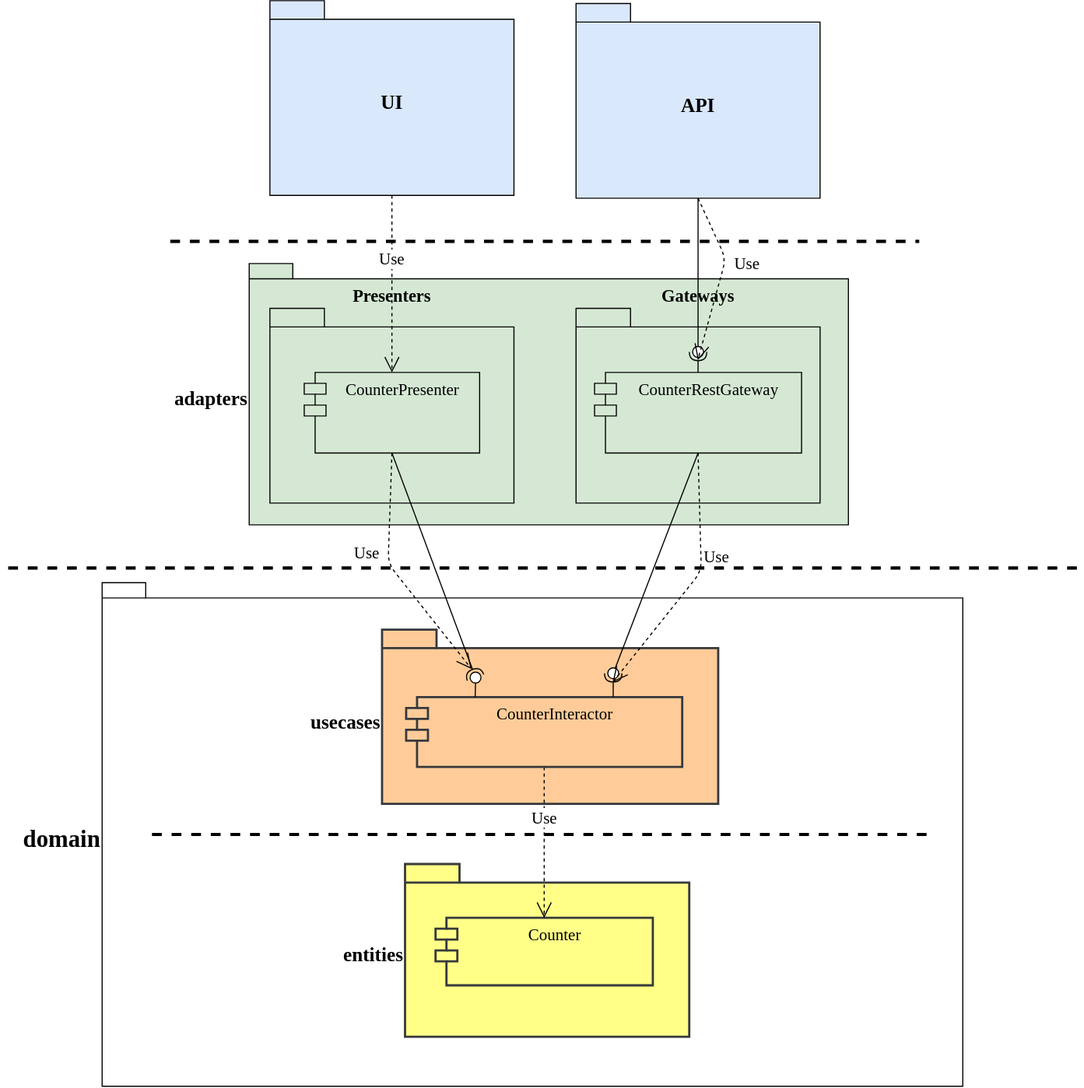
Before: app/diagrams/packages.uml.svg, a diagram exported from draw.io (softspiders/clean-architecture-counter-starters). Source tidied: cells renumbered, new cells last; positions are measured from the earlier drawing's top-left corner, leaving out a move shared by most shapes.
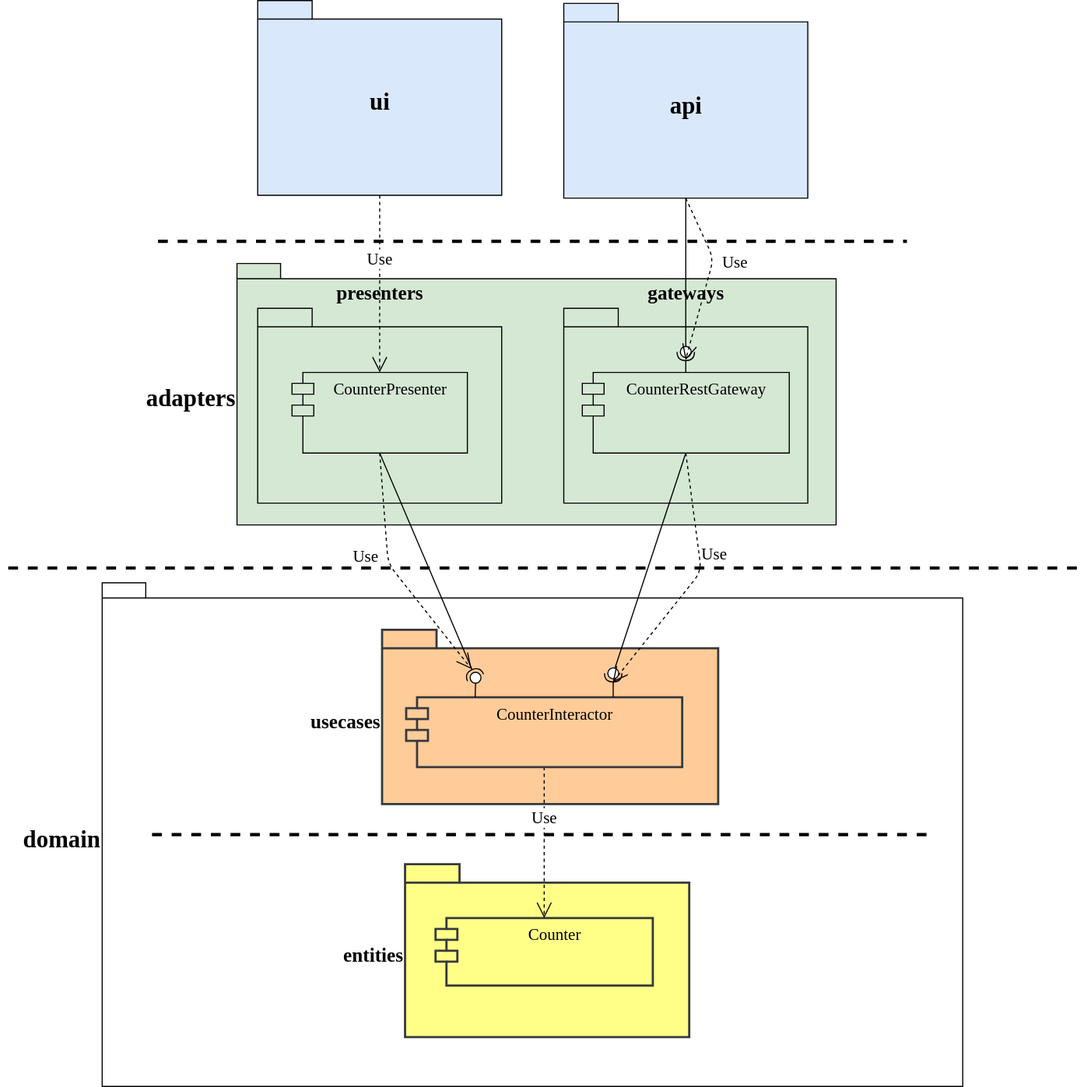
Above is the later version.

What changed in the source:
```diff
@@ -3,7 +3,7 @@
     <mxCell id="0" />
     <mxCell id="1" parent="0" />
     <mxCell id="2" style="group;strokeColor=none;" parent="1" vertex="1">
-      <mxGeometry x="86.2" y="534.5" width="790" height="462.5" as="geometry" />
+      <mxGeometry x="97.5" y="534.5" width="790" height="462.5" as="geometry" />
     </mxCell>
     <mxCell id="3" value="&lt;font style=&quot;font-size: 22px&quot;&gt;domain&lt;/font&gt;" style="shape=folder;fontStyle=1;spacingTop=10;tabWidth=40;tabHeight=14;tabPosition=left;html=1;fontSize=15;labelPosition=left;verticalLabelPosition=middle;align=right;verticalAlign=middle;fontFamily=Verdana;" parent="2" vertex="1">
       <mxGeometry width="790" height="462.5" as="geometry" />
@@ -41,16 +41,16 @@
     <mxCell id="14" style="ellipse;whiteSpace=wrap;html=1;fontFamily=Helvetica;fontSize=12;fontColor=#000000;align=center;strokeColor=#000000;fillColor=#ffffff;points=[];" parent="2" vertex="1">
       <mxGeometry x="337.8" y="82.2" width="10" height="10" as="geometry" />
     </mxCell>
-    <mxCell id="15" value="&lt;font style=&quot;font-size: 18px&quot;&gt;adapters&lt;/font&gt;" style="shape=folder;fontStyle=1;spacingTop=10;tabWidth=40;tabHeight=14;tabPosition=left;html=1;fontSize=15;labelPosition=left;verticalLabelPosition=middle;align=right;verticalAlign=middle;fontFamily=Verdana;fillColor=#d5e8d4;strokeColor=#000000;" parent="1" vertex="1">
+    <mxCell id="15" value="&lt;font style=&quot;font-size: 22px&quot;&gt;adapters&lt;/font&gt;" style="shape=folder;fontStyle=1;spacingTop=10;tabWidth=40;tabHeight=14;tabPosition=left;html=1;fontSize=15;labelPosition=left;verticalLabelPosition=middle;align=right;verticalAlign=middle;fontFamily=Verdana;fillColor=#d5e8d4;strokeColor=#000000;" parent="1" vertex="1">
       <mxGeometry x="221.2" y="241.4" width="550" height="240" as="geometry" />
     </mxCell>
-    <mxCell id="16" value="&lt;font style=&quot;font-size: 16px&quot;&gt;Presenters&lt;/font&gt;" style="shape=folder;fontStyle=1;spacingTop=10;tabWidth=50;tabHeight=17;tabPosition=left;html=1;rounded=0;shadow=0;comic=0;labelBackgroundColor=none;strokeWidth=1;fontFamily=Verdana;fontSize=10;align=center;labelPosition=center;verticalLabelPosition=top;verticalAlign=bottom;fillColor=#d5e8d4;strokeColor=#000000;" parent="1" vertex="1">
+    <mxCell id="16" value="&lt;font style=&quot;font-size: 18px&quot;&gt;presenters&lt;/font&gt;" style="shape=folder;fontStyle=1;spacingTop=10;tabWidth=50;tabHeight=17;tabPosition=left;html=1;rounded=0;shadow=0;comic=0;labelBackgroundColor=none;strokeWidth=1;fontFamily=Verdana;fontSize=10;align=center;labelPosition=center;verticalLabelPosition=top;verticalAlign=bottom;fillColor=#d5e8d4;strokeColor=#000000;" parent="1" vertex="1">
       <mxGeometry x="240.2" y="282.6" width="224" height="178.8" as="geometry" />
     </mxCell>
     <mxCell id="17" style="group;fillColor=#d5e8d4;strokeColor=none;" parent="1" vertex="1">
       <mxGeometry x="521.2" y="282.6" width="224" height="178.8" as="geometry" />
     </mxCell>
-    <mxCell id="18" value="&lt;font style=&quot;font-size: 16px&quot;&gt;Gateways&lt;/font&gt;" style="shape=folder;fontStyle=1;spacingTop=10;tabWidth=50;tabHeight=17;tabPosition=left;html=1;rounded=0;shadow=0;comic=0;labelBackgroundColor=none;strokeWidth=1;fontFamily=Verdana;fontSize=10;align=center;labelPosition=center;verticalLabelPosition=top;verticalAlign=bottom;fillColor=#d5e8d4;strokeColor=#000000;" parent="17" vertex="1">
+    <mxCell id="18" value="&lt;font style=&quot;font-size: 18px&quot;&gt;gateways&lt;/font&gt;" style="shape=folder;fontStyle=1;spacingTop=10;tabWidth=50;tabHeight=17;tabPosition=left;html=1;rounded=0;shadow=0;comic=0;labelBackgroundColor=none;strokeWidth=1;fontFamily=Verdana;fontSize=10;align=center;labelPosition=center;verticalLabelPosition=top;verticalAlign=bottom;fillColor=#d5e8d4;strokeColor=#000000;" parent="17" vertex="1">
       <mxGeometry width="224" height="178.8" as="geometry" />
     </mxCell>
     <mxCell id="19" value="CounterRestGateway" style="shape=module;align=left;spacingLeft=20;align=center;verticalAlign=top;fontFamily=Verdana;fontSize=15;fillColor=#d5e8d4;strokeColor=#000000;" parent="17" vertex="1">
@@ -63,9 +63,9 @@
       <mxGeometry relative="1" as="geometry" />
     </mxCell>
     <mxCell id="22" value="CounterPresenter" style="shape=module;align=left;spacingLeft=20;align=center;verticalAlign=top;fontFamily=Verdana;fontSize=15;fillColor=#d5e8d4;strokeColor=#000000;" parent="1" vertex="1">
-      <mxGeometry x="271.8" y="341.4" width="161" height="74" as="geometry" />
+      <mxGeometry x="271.7" y="341.4" width="161" height="74" as="geometry" />
     </mxCell>
-    <mxCell id="23" value="&lt;font style=&quot;font-size: 18px&quot;&gt;UI&lt;/font&gt;" style="shape=folder;fontStyle=1;spacingTop=10;tabWidth=50;tabHeight=17;tabPosition=left;html=1;rounded=0;shadow=0;comic=0;labelBackgroundColor=none;strokeWidth=1;fontFamily=Verdana;fontSize=18;align=center;labelPosition=center;verticalLabelPosition=middle;verticalAlign=middle;fillColor=#dae8fc;strokeColor=#000000;" parent="1" vertex="1">
+    <mxCell id="23" value="&lt;font style=&quot;font-size: 22px&quot;&gt;ui&lt;/font&gt;" style="shape=folder;fontStyle=1;spacingTop=10;tabWidth=50;tabHeight=17;tabPosition=left;html=1;rounded=0;shadow=0;comic=0;labelBackgroundColor=none;strokeWidth=1;fontFamily=Verdana;fontSize=18;align=center;labelPosition=center;verticalLabelPosition=middle;verticalAlign=middle;fillColor=#dae8fc;strokeColor=#000000;" parent="1" vertex="1">
       <mxGeometry x="240.2" width="224" height="178.8" as="geometry" />
     </mxCell>
     <mxCell id="24" value="Use" style="endArrow=open;endSize=12;dashed=1;html=1;fontFamily=Verdana;fontSize=15;entryX=0.5;entryY=0;entryDx=0;entryDy=0;exitX=0.5;exitY=1;exitDx=0;exitDy=0;exitPerimeter=0;" parent="1" edge="1" source="23" target="22">
@@ -80,7 +80,7 @@
     <mxCell id="27" value="Use" style="endArrow=open;endSize=12;dashed=1;html=1;fontFamily=Verdana;fontSize=15;exitX=0.5;exitY=1;exitDx=0;exitDy=0;entryX=0.449;entryY=1.33;entryDx=0;entryDy=0;entryPerimeter=0;" parent="1" edge="1" source="19" target="11">
       <mxGeometry x="-0.21" y="14" relative="1" as="geometry">
         <Array as="points">
-          <mxPoint x="636.2" y="524" />
+          <mxPoint x="647.5" y="524" />
         </Array>
       </mxGeometry>
     </mxCell>
@@ -88,25 +88,25 @@
       <mxGeometry x="-0.18" y="20" relative="1" as="geometry">
         <mxPoint x="633" y="330" as="targetPoint" />
         <Array as="points">
-          <mxPoint x="658.8" y="237" />
+          <mxPoint x="658.7" y="237" />
         </Array>
         <mxPoint x="1" y="-5" as="offset" />
       </mxGeometry>
     </mxCell>
     <mxCell id="29" style="line;strokeWidth=3;fillColor=none;align=left;verticalAlign=middle;spacingTop=-1;spacingLeft=3;spacingRight=3;labelPosition=right;dashed=1;" parent="1" vertex="1">
-      <mxGeometry x="148.8" y="217" width="687.5" height="8" as="geometry" />
+      <mxGeometry x="148.7" y="217" width="687.5" height="8" as="geometry" />
     </mxCell>
     <mxCell id="30" style="line;strokeWidth=3;fillColor=none;align=left;verticalAlign=middle;spacingTop=-1;spacingLeft=3;spacingRight=3;labelPosition=right;dashed=1;" parent="1" vertex="1">
-      <mxGeometry y="517" width="985" height="8" as="geometry" />
+      <mxGeometry x="11.2" y="517" width="985" height="8" as="geometry" />
     </mxCell>
-    <mxCell id="31" value="&lt;font style=&quot;font-size: 18px&quot;&gt;API&lt;/font&gt;" style="shape=folder;fontStyle=1;spacingTop=10;tabWidth=50;tabHeight=17;tabPosition=left;html=1;rounded=0;shadow=0;comic=0;labelBackgroundColor=none;strokeWidth=1;fontFamily=Verdana;fontSize=18;align=center;labelPosition=center;verticalLabelPosition=middle;verticalAlign=middle;fillColor=#dae8fc;strokeColor=#000000;" parent="1" vertex="1">
+    <mxCell id="31" value="&lt;font style=&quot;font-size: 22px&quot;&gt;api&lt;/font&gt;" style="shape=folder;fontStyle=1;spacingTop=10;tabWidth=50;tabHeight=17;tabPosition=left;html=1;rounded=0;shadow=0;comic=0;labelBackgroundColor=none;strokeWidth=1;fontFamily=Verdana;fontSize=18;align=center;labelPosition=center;verticalLabelPosition=middle;verticalAlign=middle;fillColor=#dae8fc;strokeColor=#000000;" parent="1" vertex="1">
       <mxGeometry x="521.2" y="2.6" width="224" height="178.8" as="geometry" />
     </mxCell>
     <mxCell id="32" value="Use" style="endArrow=open;endSize=12;dashed=1;html=1;fontFamily=Verdana;fontSize=15;exitX=0.5;exitY=1;exitDx=0;exitDy=0;" parent="1" edge="1" source="22">
       <mxGeometry x="-0.18" y="-20" relative="1" as="geometry">
-        <mxPoint x="425.3" y="613.8" as="targetPoint" />
+        <mxPoint x="436.5" y="613.8" as="targetPoint" />
         <Array as="points">
-          <mxPoint x="348.8" y="517" />
+          <mxPoint x="360" y="517" />
         </Array>
       </mxGeometry>
     </mxCell>
```
